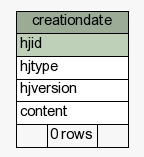
Above: site/docs/schemaspy/gmbuilderdb/diagrams/summary/creationdate.1degree.png in lmu-bioinformatics/xmlpipedb (Graphviz), before the change. Its source is kept beside it as site/docs/schemaspy/gmbuilderdb/diagrams/summary/creationdate.1degree.dot.
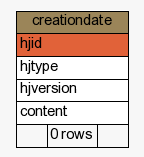
After the commit.

Change to the diagram source:
```diff
@@ -18,8 +18,8 @@
   "creationdate" [
     label=<
     <TABLE BORDER="0" CELLBORDER="1" CELLSPACING="0" BGCOLOR="#ffffff">
-      <TR><TD COLSPAN="3" BGCOLOR="#9bab96" ALIGN="CENTER">creationdate</TD></TR>
-      <TR><TD PORT="hjid" COLSPAN="3" BGCOLOR="#bed1b8" ALIGN="LEFT">hjid</TD></TR>
+      <TR><TD COLSPAN="3" BGCOLOR="#9b8559" ALIGN="CENTER">creationdate</TD></TR>
+      <TR><TD PORT="hjid" COLSPAN="3" BGCOLOR="#e16239" ALIGN="LEFT">hjid</TD></TR>
       <TR><TD PORT="hjtype" COLSPAN="3" ALIGN="LEFT">hjtype</TD></TR>
       <TR><TD PORT="hjversion" COLSPAN="3" ALIGN="LEFT">hjversion</TD></TR>
       <TR><TD PORT="content" COLSPAN="3" ALIGN="LEFT">content</TD></TR>
```
